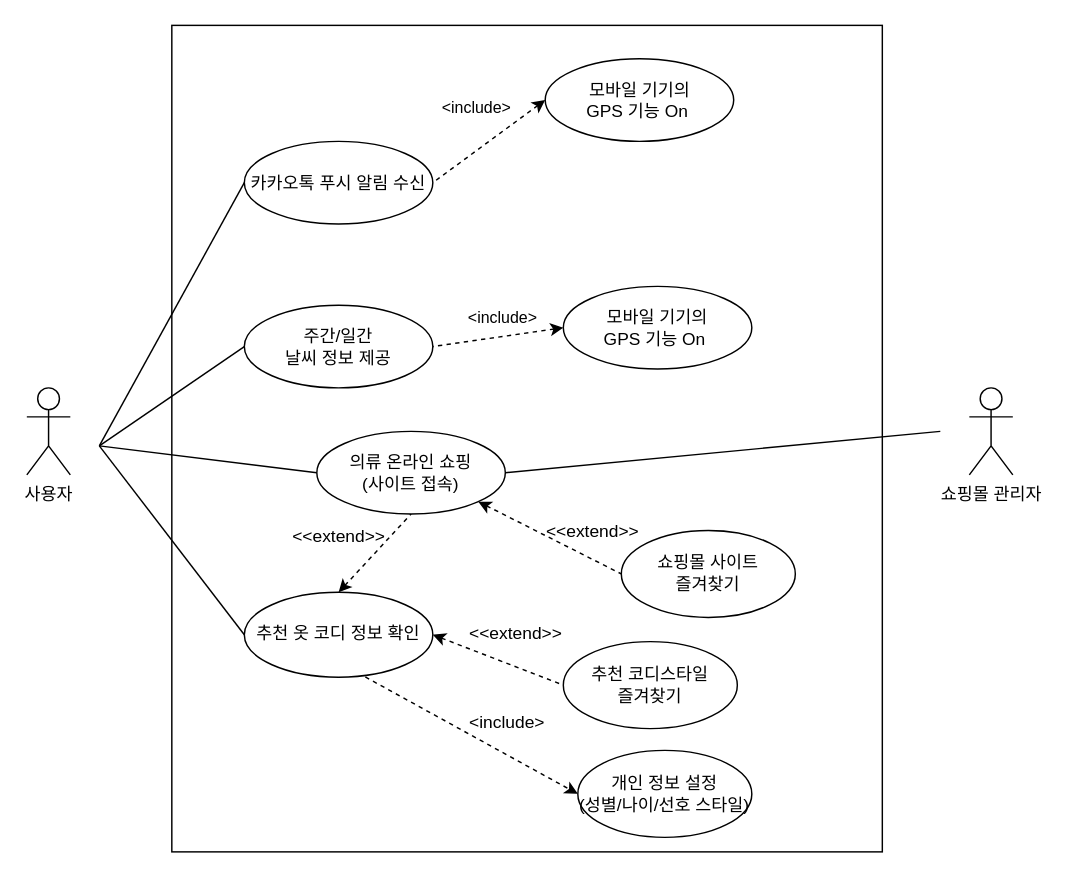
Above: Untitled Diagram.drawio in dlwlsdn201/2020CapstonDesign_OOTD-Project (draw.io), before the change. Source tidied: cells renumbered, new cells numbered last; positions are measured from the earlier drawing's top-left corner, leaving out a move shared by most shapes. Both pictures are drawn from the tidied source at 145%, with x=0, y=0 at pixel (26, 25).
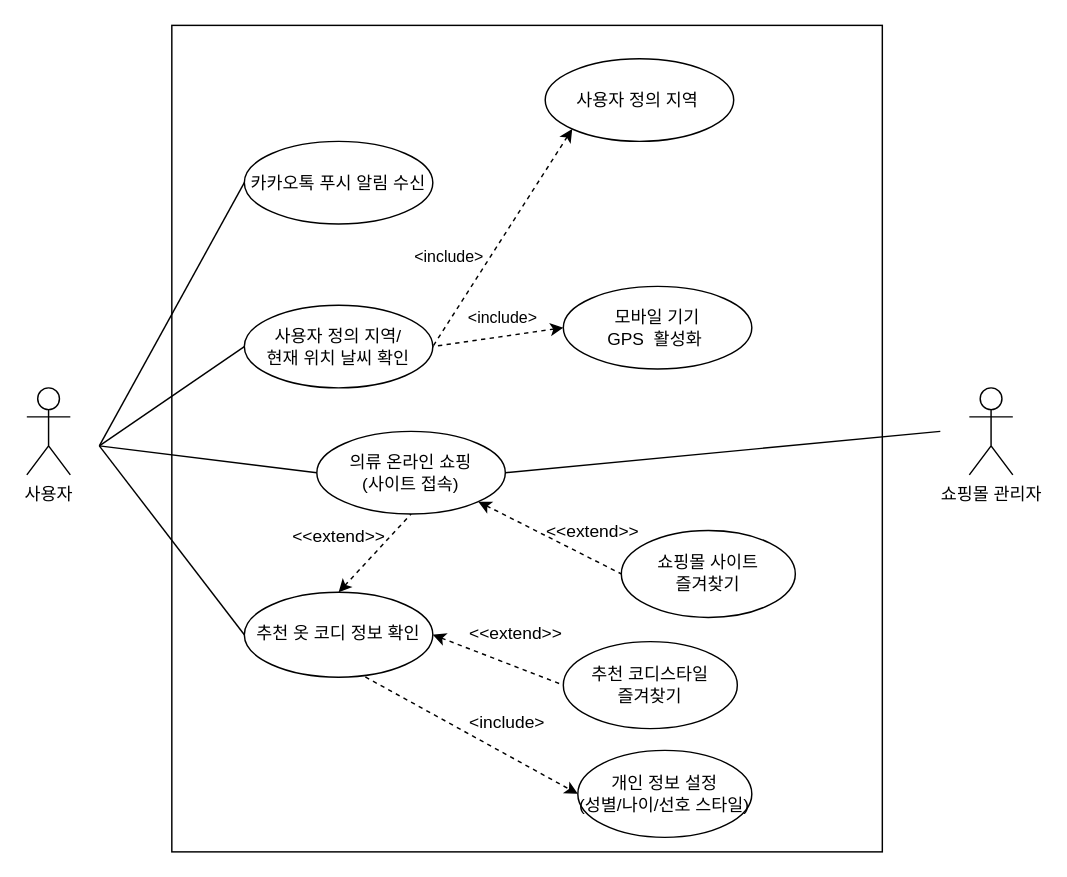
After the change.

The change refers to these unchanged cells:
```xml
<mxCell id="16" value="카카오톡 푸시 알림 수신" style="ellipse;whiteSpace=wrap;html=1;" parent="1" vertex="1">
  <mxGeometry x="150" y="80" width="130" height="57" as="geometry" />
</mxCell>
<mxCell id="20" style="edgeStyle=none;rounded=0;jettySize=auto;html=1;exitX=0;exitY=0.5;exitDx=0;exitDy=0;entryX=1;entryY=0.5;entryDx=0;entryDy=0;endArrow=none;endFill=0;dashed=1;startArrow=classic;startFill=1;" parent="1" edge="1" source="22" target="8">
  <mxGeometry relative="1" as="geometry" />
</mxCell>
```

The edit, as a diff of the source:
```diff
@@
-    <mxCell id="8" value="주간/일간&lt;br&gt;날씨 정보 제공" style="ellipse;whiteSpace=wrap;html=1;" parent="1" vertex="1">
+    <mxCell id="8" value="사용자 정의 지역/ &lt;br&gt;현재 위치 날씨 확인" style="ellipse;whiteSpace=wrap;html=1;" parent="1" vertex="1">
       <mxGeometry x="150" y="193" width="130" height="57" as="geometry" />
     </mxCell>
@@
+    <mxCell id="25" value="&amp;lt;include&amp;gt;" style="edgeLabel;html=1;align=center;verticalAlign=middle;" parent="20" vertex="1">
+      <mxGeometry x="-0.38" relative="1" as="geometry">
+        <mxPoint x="-51.7" y="-52.6" as="offset" />
+      </mxGeometry>
+    </mxCell>
-    <mxCell id="22" value="모바일 기기의&lt;br&gt;GPS 기능 On&amp;nbsp;" style="ellipse;whiteSpace=wrap;html=1;" parent="1" vertex="1">
+    <mxCell id="22" value="모바일 기기&lt;br&gt;GPS&amp;nbsp; 활성화&amp;nbsp;" style="ellipse;whiteSpace=wrap;html=1;" parent="1" vertex="1">
       <mxGeometry x="370" y="180" width="130" height="57" as="geometry" />
     </mxCell>
-    <mxCell id="23" style="edgeStyle=none;rounded=0;jettySize=auto;html=1;exitX=0;exitY=0.5;exitDx=0;exitDy=0;entryX=1;entryY=0.5;entryDx=0;entryDy=0;dashed=1;startArrow=classic;startFill=1;endArrow=none;endFill=0;" parent="1" edge="1" source="24" target="16">
-      <mxGeometry relative="1" as="geometry" />
-    </mxCell>
+    <mxCell id="35" style="edgeStyle=none;rounded=0;jettySize=auto;html=1;exitX=0;exitY=1;exitDx=0;exitDy=0;entryX=1;entryY=0.5;entryDx=0;entryDy=0;dashed=1;startArrow=classic;startFill=1;endArrow=none;endFill=0;" parent="1" edge="1" source="24" target="8">
+      <mxGeometry relative="1" as="geometry" />
+    </mxCell>
-    <mxCell id="24" value="모바일 기기의&lt;br&gt;GPS 기능 On&amp;nbsp;" style="ellipse;whiteSpace=wrap;html=1;" parent="1" vertex="1">
+    <mxCell id="24" value="사용자 정의 지역&amp;nbsp;" style="ellipse;whiteSpace=wrap;html=1;" parent="1" vertex="1">
       <mxGeometry x="357.5" y="23" width="130" height="57" as="geometry" />
     </mxCell>
-    <mxCell id="25" value="&amp;lt;include&amp;gt;" style="edgeLabel;html=1;align=center;verticalAlign=middle;" parent="1" vertex="1">
-      <mxGeometry x="331" y="221.5" as="geometry">
-        <mxPoint x="-22" y="-165" as="offset" />
-      </mxGeometry>
-    </mxCell>
```
